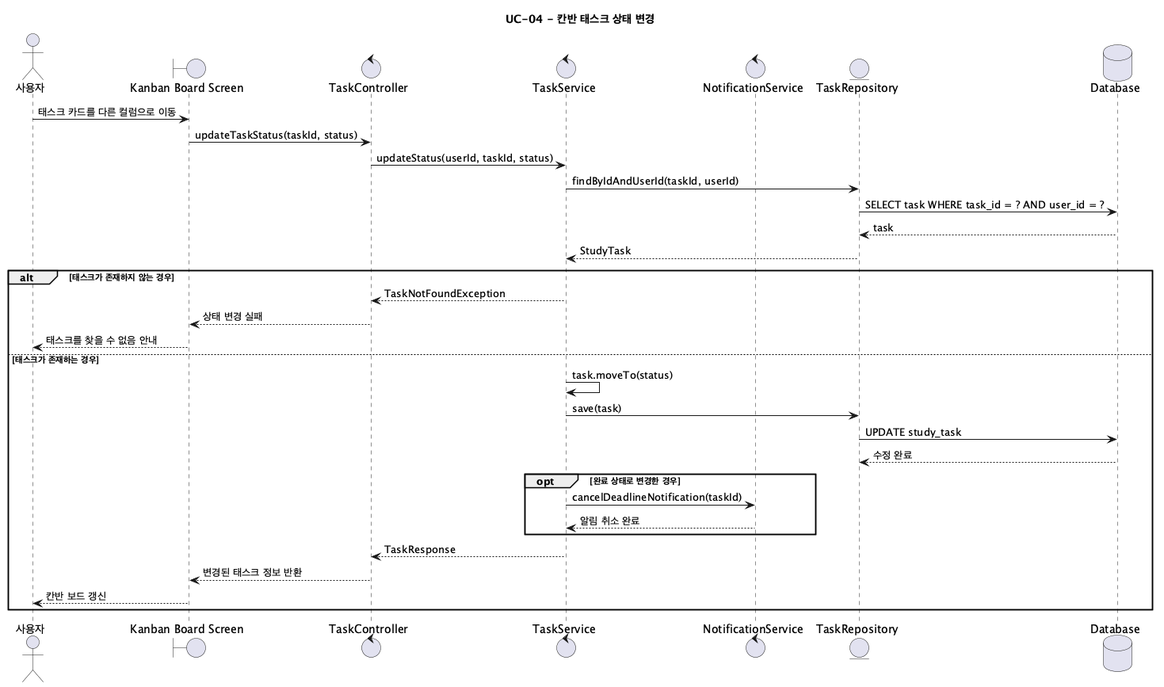
Above: screenshots/sequence-diagram/UC04_UpdateTaskStatus.png in jeongiryang/SoftwareEngineering_team15_project_-Smart-Edu-Platform (PlantUML), before the change.
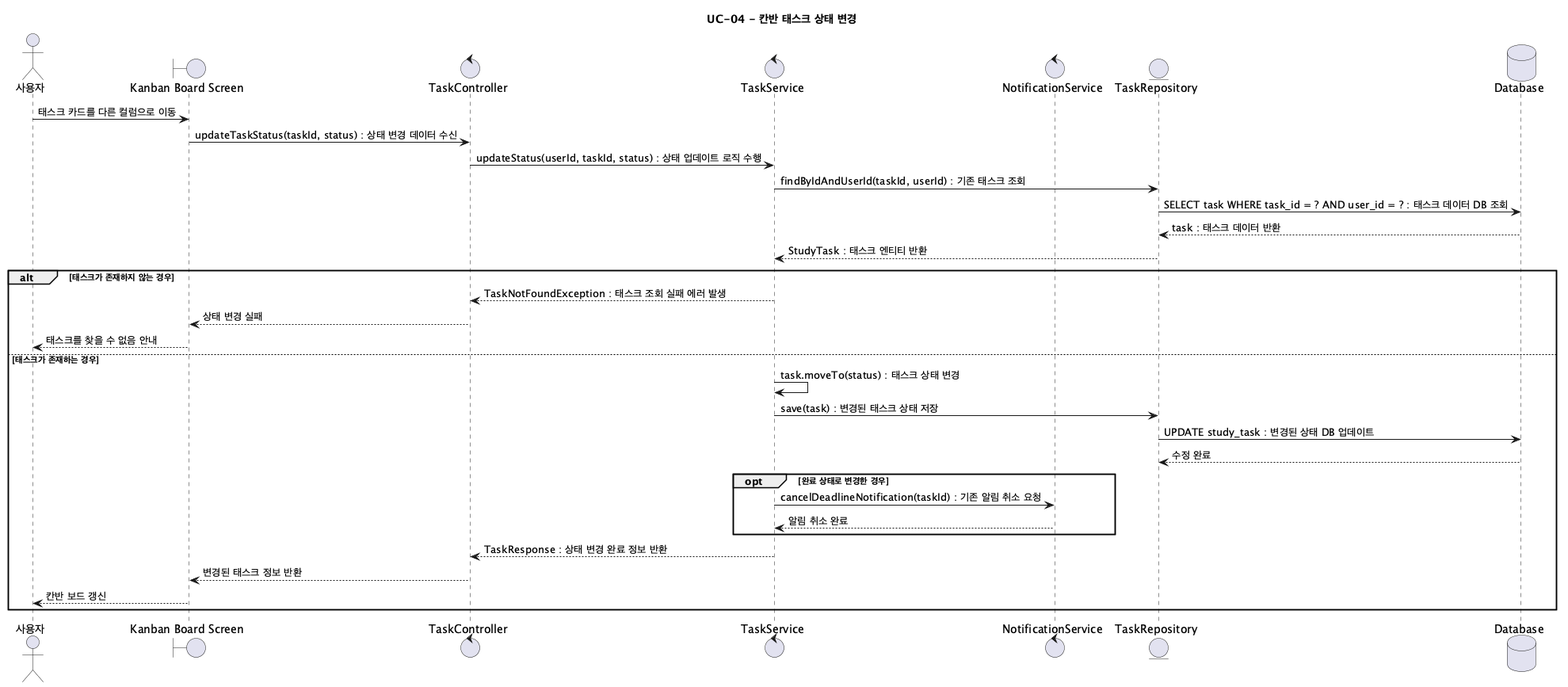
Above is the later version.

What changed in the source:
```diff
@@ -10,29 +10,29 @@
 database "Database" as DB
 
 User -> UI: 태스크 카드를 다른 컬럼으로 이동
-UI -> TaskController: updateTaskStatus(taskId, status)
-TaskController -> TaskService: updateStatus(userId, taskId, status)
-TaskService -> TaskRepository: findByIdAndUserId(taskId, userId)
-TaskRepository -> DB: SELECT task WHERE task_id = ? AND user_id = ?
-DB --> TaskRepository: task
-TaskRepository --> TaskService: StudyTask
+UI -> TaskController: updateTaskStatus(taskId, status) : 상태 변경 데이터 수신
+TaskController -> TaskService: updateStatus(userId, taskId, status) : 상태 업데이트 로직 수행
+TaskService -> TaskRepository: findByIdAndUserId(taskId, userId) : 기존 태스크 조회
+TaskRepository -> DB: SELECT task WHERE task_id = ? AND user_id = ? : 태스크 데이터 DB 조회
+DB --> TaskRepository: task : 태스크 데이터 반환
+TaskRepository --> TaskService: StudyTask : 태스크 엔티티 반환
 
 alt 태스크가 존재하지 않는 경우
-  TaskService --> TaskController: TaskNotFoundException
+  TaskService --> TaskController: TaskNotFoundException : 태스크 조회 실패 에러 발생
   TaskController --> UI: 상태 변경 실패
   UI --> User: 태스크를 찾을 수 없음 안내
 else 태스크가 존재하는 경우
-  TaskService -> TaskService: task.moveTo(status)
-  TaskService -> TaskRepository: save(task)
-  TaskRepository -> DB: UPDATE study_task
+  TaskService -> TaskService: task.moveTo(status) : 태스크 상태 변경
+  TaskService -> TaskRepository: save(task) : 변경된 태스크 상태 저장
+  TaskRepository -> DB: UPDATE study_task : 변경된 상태 DB 업데이트
   DB --> TaskRepository: 수정 완료
 
   opt 완료 상태로 변경한 경우
-    TaskService -> NotificationService: cancelDeadlineNotification(taskId)
+    TaskService -> NotificationService: cancelDeadlineNotification(taskId) : 기존 알림 취소 요청
     NotificationService --> TaskService: 알림 취소 완료
   end
 
-  TaskService --> TaskController: TaskResponse
+  TaskService --> TaskController: TaskResponse : 상태 변경 완료 정보 반환
   TaskController --> UI: 변경된 태스크 정보 반환
   UI --> User: 칸반 보드 갱신
 end
```
